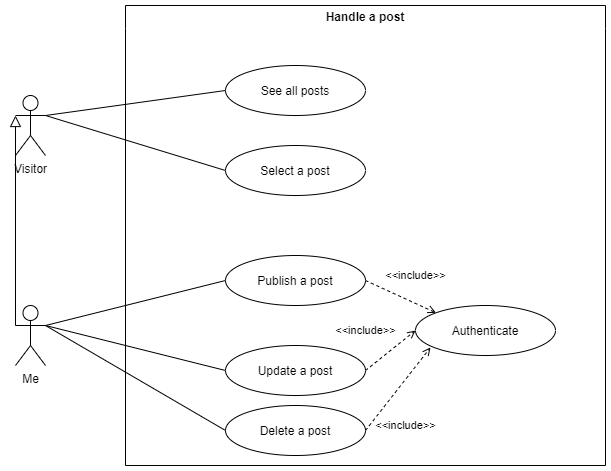
This is UML_diagrams/CU - handle a post.drawio.png from David-Renard/OC-projet5, a draw.io export, as it was before one commit. Source tidied: cells renumbered, new cells last; positions are measured from the earlier drawing's top-left corner, leaving out a move shared by most shapes.
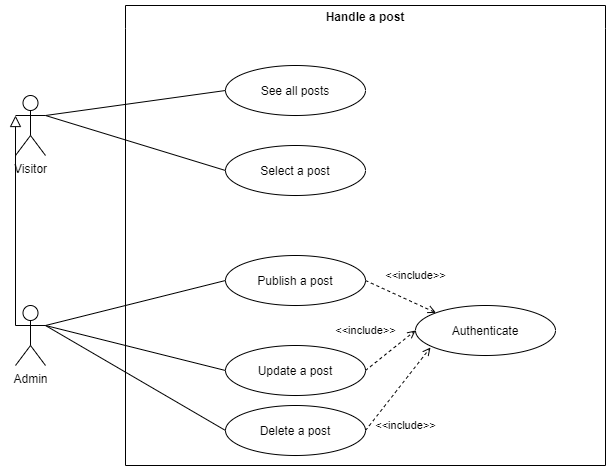
After the commit.

The edit, as a diff of the source:
```diff
@@ -40,7 +40,7 @@
     <mxCell id="13" style="endArrow=none;html=1;rounded=0;exitX=1;exitY=0.3333333333333333;exitDx=0;exitDy=0;exitPerimeter=0;entryX=0;entryY=0.5;entryDx=0;entryDy=0;" parent="1" edge="1" source="12" target="3">
       <mxGeometry relative="1" as="geometry" />
     </mxCell>
-    <mxCell id="14" value="Me" style="shape=umlActor;verticalLabelPosition=bottom;verticalAlign=top;html=1;outlineConnect=0;" parent="1" vertex="1">
+    <mxCell id="14" value="Admin" style="shape=umlActor;verticalLabelPosition=bottom;verticalAlign=top;html=1;outlineConnect=0;" parent="1" vertex="1">
       <mxGeometry y="300" width="30" height="60" as="geometry" />
     </mxCell>
     <mxCell id="15" style="endArrow=none;html=1;rounded=0;exitX=1;exitY=0.3333333333333333;exitDx=0;exitDy=0;exitPerimeter=0;entryX=0;entryY=0.5;entryDx=0;entryDy=0;" parent="1" edge="1" source="14" target="5">
```
